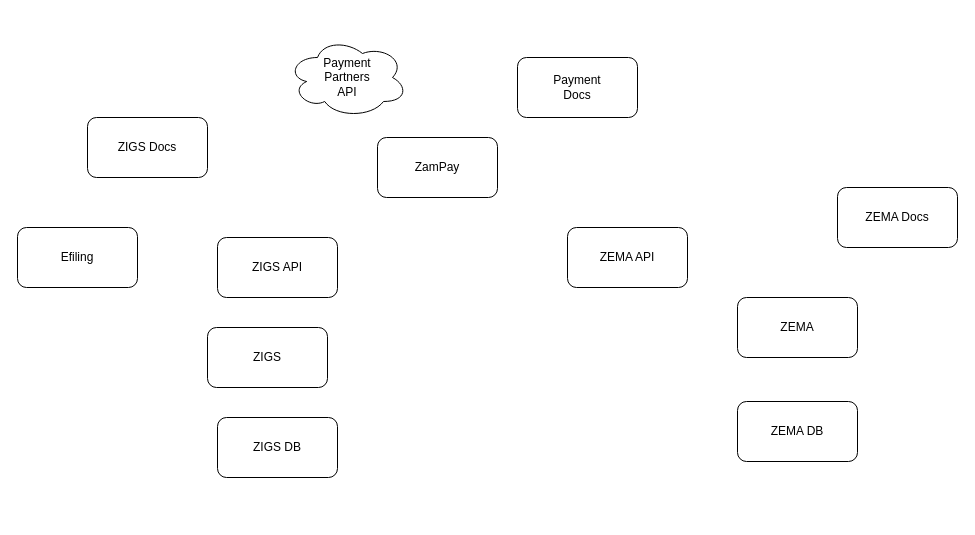
Earlier version of the draw.io diagram межсервисноевзаимодействие.drawio (Paremir/Asp.Net-2). Source tidied: cells renumbered, new cells numbered last; positions are measured from the earlier drawing's top-left corner, leaving out a move shared by most shapes. Both pictures are drawn from the tidied source at 100%, with x=0, y=0 at pixel (17, 37).
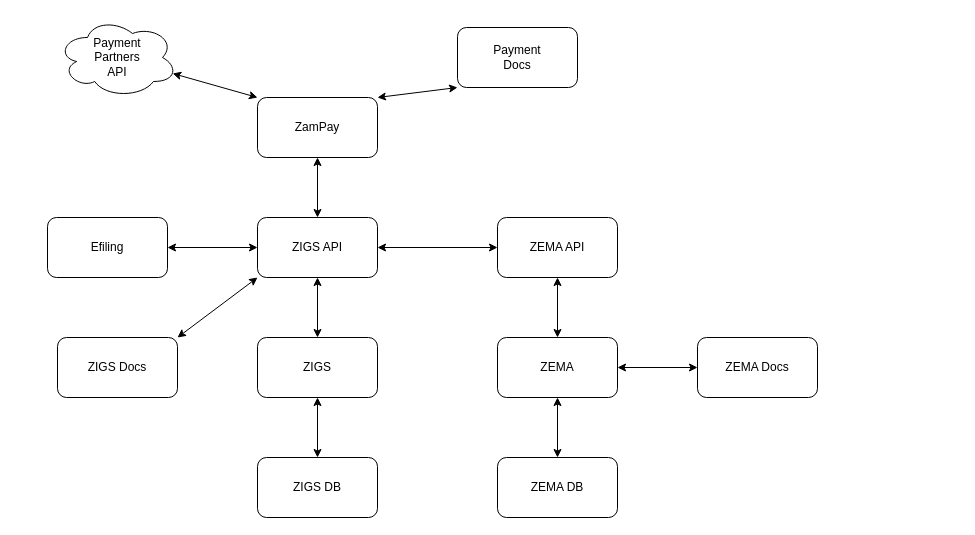
Above is the later version.

The edit, as a diff of the source:
```diff
@@
     <mxCell id="2" value="Efiling" style="rounded=1;whiteSpace=wrap;html=1;" parent="1" vertex="1">
-      <mxGeometry y="190" width="120" height="60" as="geometry" />
+      <mxGeometry x="30" y="180" width="120" height="60" as="geometry" />
     </mxCell>
     <mxCell id="3" value="ZIGS API" style="rounded=1;whiteSpace=wrap;html=1;" parent="1" vertex="1">
-      <mxGeometry x="200" y="200" width="120" height="60" as="geometry" />
+      <mxGeometry x="240" y="180" width="120" height="60" as="geometry" />
     </mxCell>
     <mxCell id="4" value="ZIGS" style="rounded=1;whiteSpace=wrap;html=1;" parent="1" vertex="1">
-      <mxGeometry x="190" y="290" width="120" height="60" as="geometry" />
+      <mxGeometry x="240" y="300" width="120" height="60" as="geometry" />
     </mxCell>
     <mxCell id="5" value="ZamPay" style="rounded=1;whiteSpace=wrap;html=1;" parent="1" vertex="1">
-      <mxGeometry x="360" y="100" width="120" height="60" as="geometry" />
+      <mxGeometry x="240" y="60" width="120" height="60" as="geometry" />
     </mxCell>
     <mxCell id="6" value="Payment&lt;br&gt;Partners &lt;br&gt;API" style="ellipse;shape=cloud;whiteSpace=wrap;html=1;" parent="1" vertex="1">
-      <mxGeometry x="270" width="120" height="80" as="geometry" />
+      <mxGeometry x="40" y="-20" width="120" height="80" as="geometry" />
     </mxCell>
     <mxCell id="7" value="Payment&lt;br&gt;Docs" style="rounded=1;whiteSpace=wrap;html=1;" parent="1" vertex="1">
-      <mxGeometry x="500" y="20" width="120" height="60" as="geometry" />
+      <mxGeometry x="440" y="-10" width="120" height="60" as="geometry" />
     </mxCell>
     <mxCell id="8" value="ZIGS DB" style="rounded=1;whiteSpace=wrap;html=1;" parent="1" vertex="1">
-      <mxGeometry x="200" y="380" width="120" height="60" as="geometry" />
+      <mxGeometry x="240" y="420" width="120" height="60" as="geometry" />
     </mxCell>
     <mxCell id="9" value="ZIGS Docs" style="rounded=1;whiteSpace=wrap;html=1;" parent="1" vertex="1">
-      <mxGeometry x="70" y="80" width="120" height="60" as="geometry" />
+      <mxGeometry x="40" y="300" width="120" height="60" as="geometry" />
     </mxCell>
     <mxCell id="10" value="ZEMA API" style="rounded=1;whiteSpace=wrap;html=1;" parent="1" vertex="1">
-      <mxGeometry x="550" y="190" width="120" height="60" as="geometry" />
+      <mxGeometry x="480" y="180" width="120" height="60" as="geometry" />
     </mxCell>
     <mxCell id="11" value="ZEMA" style="rounded=1;whiteSpace=wrap;html=1;" parent="1" vertex="1">
-      <mxGeometry x="720" y="260" width="120" height="60" as="geometry" />
+      <mxGeometry x="480" y="300" width="120" height="60" as="geometry" />
     </mxCell>
     <mxCell id="12" value="ZEMA Docs" style="rounded=1;whiteSpace=wrap;html=1;" parent="1" vertex="1">
-      <mxGeometry x="820" y="150" width="120" height="60" as="geometry" />
+      <mxGeometry x="680" y="300" width="120" height="60" as="geometry" />
     </mxCell>
     <mxCell id="13" value="ZEMA DB" style="rounded=1;whiteSpace=wrap;html=1;" parent="1" vertex="1">
-      <mxGeometry x="720" y="364" width="120" height="60" as="geometry" />
+      <mxGeometry x="480" y="420" width="120" height="60" as="geometry" />
     </mxCell>
+    <mxCell id="14" style="endArrow=classic;startArrow=classic;html=1;rounded=0;entryX=1;entryY=0.5;entryDx=0;entryDy=0;exitX=0;exitY=0.5;exitDx=0;exitDy=0;" parent="1" edge="1" source="3" target="2">
+      <mxGeometry relative="1" as="geometry" />
+    </mxCell>
+    <mxCell id="15" style="endArrow=classic;startArrow=classic;html=1;rounded=0;entryX=0.5;entryY=1;entryDx=0;entryDy=0;exitX=0.5;exitY=0;exitDx=0;exitDy=0;" parent="1" edge="1" source="4" target="3">
+      <mxGeometry relative="1" as="geometry" />
+    </mxCell>
+    <mxCell id="16" style="endArrow=classic;startArrow=classic;html=1;rounded=0;entryX=0.5;entryY=1;entryDx=0;entryDy=0;exitX=0.5;exitY=0;exitDx=0;exitDy=0;" parent="1" edge="1" source="8" target="4">
+      <mxGeometry relative="1" as="geometry" />
+    </mxCell>
+    <mxCell id="17" style="endArrow=classic;startArrow=classic;html=1;rounded=0;entryX=0;entryY=1;entryDx=0;entryDy=0;exitX=1;exitY=0;exitDx=0;exitDy=0;" parent="1" edge="1" source="9" target="3">
+      <mxGeometry relative="1" as="geometry" />
+    </mxCell>
+    <mxCell id="18" style="endArrow=classic;startArrow=classic;html=1;rounded=0;entryX=0;entryY=1;entryDx=0;entryDy=0;exitX=1;exitY=0;exitDx=0;exitDy=0;" parent="1" edge="1" source="5" target="7">
+      <mxGeometry relative="1" as="geometry" />
+    </mxCell>
+    <mxCell id="19" style="endArrow=classic;startArrow=classic;html=1;rounded=0;entryX=0.96;entryY=0.7;entryDx=0;entryDy=0;entryPerimeter=0;exitX=0;exitY=0;exitDx=0;exitDy=0;" parent="1" edge="1" source="5" target="6">
+      <mxGeometry relative="1" as="geometry" />
+    </mxCell>
+    <mxCell id="20" style="endArrow=classic;startArrow=classic;html=1;rounded=0;entryX=0.5;entryY=1;entryDx=0;entryDy=0;exitX=0.5;exitY=0;exitDx=0;exitDy=0;" parent="1" edge="1" source="3" target="5">
+      <mxGeometry relative="1" as="geometry" />
+    </mxCell>
+    <mxCell id="21" style="endArrow=classic;startArrow=classic;html=1;rounded=0;entryX=0;entryY=0.5;entryDx=0;entryDy=0;exitX=1;exitY=0.5;exitDx=0;exitDy=0;" parent="1" edge="1" source="3" target="10">
+      <mxGeometry relative="1" as="geometry" />
+    </mxCell>
+    <mxCell id="22" style="endArrow=classic;startArrow=classic;html=1;rounded=0;entryX=0.5;entryY=1;entryDx=0;entryDy=0;exitX=0.5;exitY=0;exitDx=0;exitDy=0;" parent="1" edge="1" source="11" target="10">
+      <mxGeometry relative="1" as="geometry" />
+    </mxCell>
+    <mxCell id="23" style="endArrow=classic;startArrow=classic;html=1;rounded=0;entryX=0.5;entryY=1;entryDx=0;entryDy=0;exitX=0.5;exitY=0;exitDx=0;exitDy=0;" parent="1" edge="1" source="13" target="11">
+      <mxGeometry relative="1" as="geometry" />
+    </mxCell>
+    <mxCell id="24" style="endArrow=classic;startArrow=classic;html=1;rounded=0;entryX=0;entryY=0.5;entryDx=0;entryDy=0;exitX=1;exitY=0.5;exitDx=0;exitDy=0;" parent="1" edge="1" source="11" target="12">
+      <mxGeometry relative="1" as="geometry" />
+    </mxCell>
```
